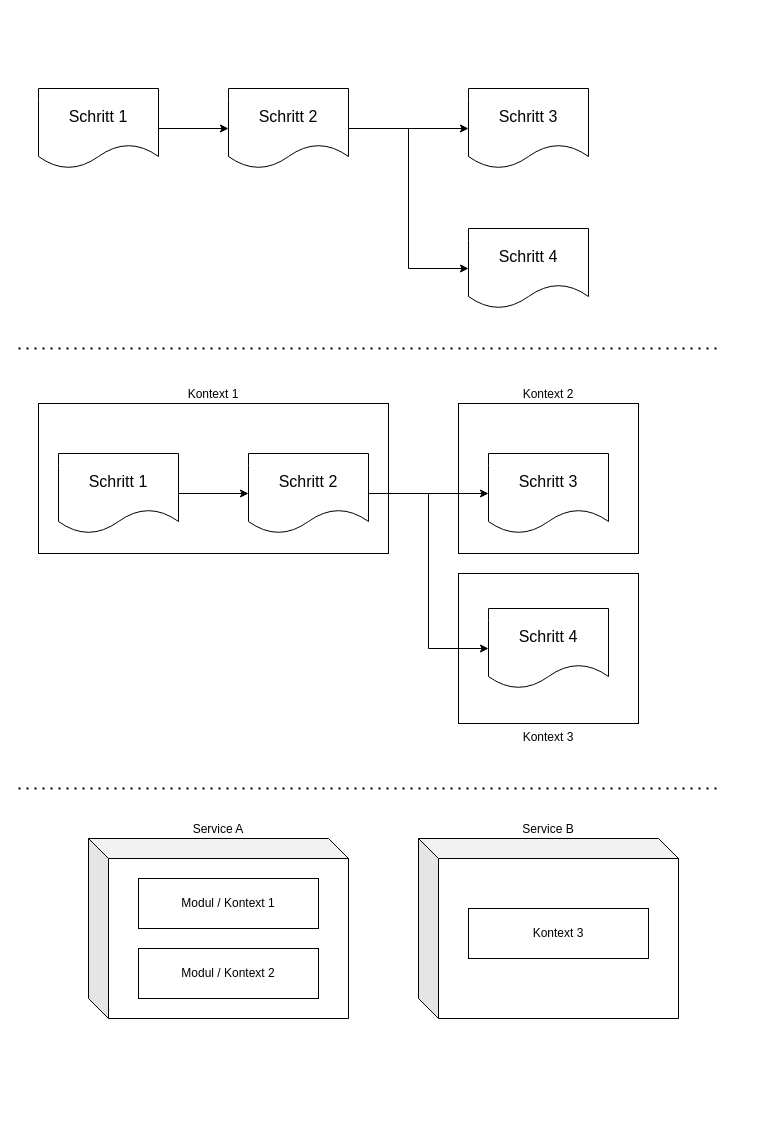
The draw.io diagram project-architecture-guide.drawio in coc-university/software-architecture-guide, before the edit. Source tidied: cells renumbered, new cells numbered last; positions are measured from the earlier drawing's top-left corner, leaving out a move shared by most shapes. Both pictures are drawn from the tidied source at 100%, with x=0, y=0 at pixel (18, 88).
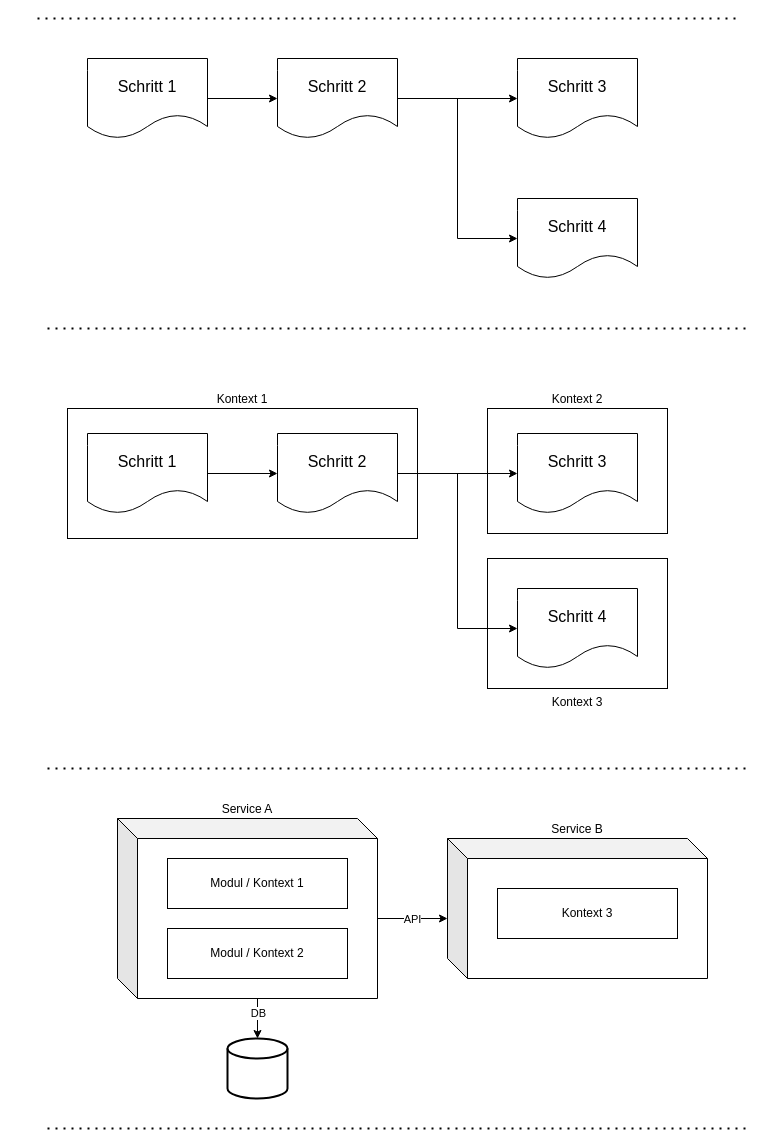
The same diagram, later.

What changed in the source:
```diff
@@
     <mxCell id="2" value="Kontext 3" style="rounded=0;whiteSpace=wrap;html=1;labelPosition=center;verticalLabelPosition=bottom;align=center;verticalAlign=top;strokeColor=light-dark(#000000,#0433FF);" parent="1" vertex="1">
-      <mxGeometry x="440" y="485" width="180" height="150" as="geometry" />
+      <mxGeometry x="469" y="470" width="180" height="130" as="geometry" />
     </mxCell>
     <mxCell id="3" value="Kontext 2" style="rounded=0;whiteSpace=wrap;html=1;labelPosition=center;verticalLabelPosition=top;align=center;verticalAlign=bottom;strokeColor=light-dark(#000000,#0433FF);" parent="1" vertex="1">
-      <mxGeometry x="440" y="315" width="180" height="150" as="geometry" />
+      <mxGeometry x="469" y="320" width="180" height="125" as="geometry" />
     </mxCell>
@@
     <mxCell id="5" value="Schritt 1" style="shape=document;whiteSpace=wrap;html=1;boundedLbl=1;fontSize=16;" parent="1" vertex="1">
-      <mxGeometry x="20" width="120" height="80" as="geometry" />
+      <mxGeometry x="69" y="-30" width="120" height="80" as="geometry" />
     </mxCell>
@@
     <mxCell id="8" value="Schritt 2" style="shape=document;whiteSpace=wrap;html=1;boundedLbl=1;fontSize=16;" parent="1" vertex="1">
-      <mxGeometry x="210" width="120" height="80" as="geometry" />
+      <mxGeometry x="259" y="-30" width="120" height="80" as="geometry" />
     </mxCell>
     <mxCell id="9" value="Schritt 3" style="shape=document;whiteSpace=wrap;html=1;boundedLbl=1;fontSize=16;" parent="1" vertex="1">
-      <mxGeometry x="450" width="120" height="80" as="geometry" />
+      <mxGeometry x="499" y="-30" width="120" height="80" as="geometry" />
     </mxCell>
     <mxCell id="10" value="Kontext 1" style="rounded=0;whiteSpace=wrap;html=1;labelPosition=center;verticalLabelPosition=top;align=center;verticalAlign=bottom;strokeColor=light-dark(#000000,#0433FF);" parent="1" vertex="1">
-      <mxGeometry x="20" y="315" width="350" height="150" as="geometry" />
+      <mxGeometry x="49" y="320" width="350" height="130" as="geometry" />
     </mxCell>
     <mxCell id="11" value="Service A" style="shape=cube;whiteSpace=wrap;html=1;boundedLbl=1;backgroundOutline=1;darkOpacity=0.05;darkOpacity2=0.1;labelPosition=center;verticalLabelPosition=top;align=center;verticalAlign=bottom;" parent="1" vertex="1">
-      <mxGeometry x="70" y="750" width="260" height="180" as="geometry" />
+      <mxGeometry x="99" y="730" width="260" height="180" as="geometry" />
     </mxCell>
     <mxCell id="12" value="Modul / Kontext 1" style="rounded=0;whiteSpace=wrap;html=1;labelPosition=center;verticalLabelPosition=middle;align=center;verticalAlign=middle;strokeColor=light-dark(#000000,#0433FF);" parent="1" vertex="1">
-      <mxGeometry x="120" y="790" width="180" height="50" as="geometry" />
+      <mxGeometry x="149" y="770" width="180" height="50" as="geometry" />
     </mxCell>
     <mxCell id="13" value="Modul / Kontext 2" style="rounded=0;whiteSpace=wrap;html=1;labelPosition=center;verticalLabelPosition=middle;align=center;verticalAlign=middle;strokeColor=light-dark(#000000,#0433FF);" parent="1" vertex="1">
-      <mxGeometry x="120" y="860" width="180" height="50" as="geometry" />
+      <mxGeometry x="149" y="840" width="180" height="50" as="geometry" />
     </mxCell>
     <mxCell id="14" style="endArrow=none;dashed=1;html=1;dashPattern=1 3;strokeWidth=2;rounded=0;" parent="1" edge="1">
       <mxGeometry relative="1" as="geometry">
-        <mxPoint y="260" as="sourcePoint" />
-        <mxPoint x="700" y="260" as="targetPoint" />
+        <mxPoint x="29" y="240" as="sourcePoint" />
+        <mxPoint x="729" y="240" as="targetPoint" />
       </mxGeometry>
     </mxCell>
     <mxCell id="15" style="endArrow=none;dashed=1;html=1;dashPattern=1 3;strokeWidth=2;rounded=0;" parent="1" edge="1">
       <mxGeometry relative="1" as="geometry">
-        <mxPoint y="700" as="sourcePoint" />
-        <mxPoint x="700" y="700" as="targetPoint" />
+        <mxPoint x="29" y="680" as="sourcePoint" />
+        <mxPoint x="729" y="680" as="targetPoint" />
       </mxGeometry>
     </mxCell>
     <mxCell id="16" value="Service B" style="shape=cube;whiteSpace=wrap;html=1;boundedLbl=1;backgroundOutline=1;darkOpacity=0.05;darkOpacity2=0.1;labelPosition=center;verticalLabelPosition=top;align=center;verticalAlign=bottom;" parent="1" vertex="1">
-      <mxGeometry x="400" y="750" width="260" height="180" as="geometry" />
+      <mxGeometry x="429" y="750" width="260" height="140" as="geometry" />
     </mxCell>
     <mxCell id="17" value="Kontext 3" style="rounded=0;whiteSpace=wrap;html=1;labelPosition=center;verticalLabelPosition=middle;align=center;verticalAlign=middle;strokeColor=light-dark(#000000,#0433FF);" parent="1" vertex="1">
-      <mxGeometry x="450" y="820" width="180" height="50" as="geometry" />
+      <mxGeometry x="479" y="800" width="180" height="50" as="geometry" />
     </mxCell>
     <mxCell id="18" value="Schritt 4" style="shape=document;whiteSpace=wrap;html=1;boundedLbl=1;fontSize=16;" parent="1" vertex="1">
-      <mxGeometry x="450" y="140" width="120" height="80" as="geometry" />
+      <mxGeometry x="499" y="110" width="120" height="80" as="geometry" />
     </mxCell>
@@
     <mxCell id="20" value="Schritt 1" style="shape=document;whiteSpace=wrap;html=1;boundedLbl=1;fontSize=16;" parent="1" vertex="1">
-      <mxGeometry x="40" y="365" width="120" height="80" as="geometry" />
+      <mxGeometry x="69" y="345" width="120" height="80" as="geometry" />
     </mxCell>
@@
     <mxCell id="23" value="Schritt 2" style="shape=document;whiteSpace=wrap;html=1;boundedLbl=1;fontSize=16;" parent="1" vertex="1">
-      <mxGeometry x="230" y="365" width="120" height="80" as="geometry" />
+      <mxGeometry x="259" y="345" width="120" height="80" as="geometry" />
     </mxCell>
     <mxCell id="24" value="Schritt 3" style="shape=document;whiteSpace=wrap;html=1;boundedLbl=1;fontSize=16;" parent="1" vertex="1">
-      <mxGeometry x="470" y="365" width="120" height="80" as="geometry" />
+      <mxGeometry x="499" y="345" width="120" height="80" as="geometry" />
     </mxCell>
     <mxCell id="25" value="Schritt 4" style="shape=document;whiteSpace=wrap;html=1;boundedLbl=1;fontSize=16;" parent="1" vertex="1">
-      <mxGeometry x="470" y="520" width="120" height="80" as="geometry" />
+      <mxGeometry x="499" y="500" width="120" height="80" as="geometry" />
     </mxCell>
+    <mxCell id="26" style="strokeWidth=2;html=1;shape=mxgraph.flowchart.database;whiteSpace=wrap;" parent="1" vertex="1">
+      <mxGeometry x="209" y="950" width="60" height="60" as="geometry" />
+    </mxCell>
+    <mxCell id="27" style="edgeStyle=orthogonalEdgeStyle;rounded=0;jettySize=auto;html=1;exitX=0;exitY=0;exitDx=140;exitDy=180;exitPerimeter=0;entryX=0.5;entryY=0;entryDx=0;entryDy=0;entryPerimeter=0;" parent="1" edge="1" source="11" target="26">
+      <mxGeometry relative="1" as="geometry" />
+    </mxCell>
+    <mxCell id="28" value="DB" style="edgeLabel;html=1;align=center;verticalAlign=middle;" parent="27" vertex="1">
+      <mxGeometry x="-0.3" relative="1" as="geometry" />
+    </mxCell>
+    <mxCell id="29" style="edgeStyle=orthogonalEdgeStyle;rounded=0;jettySize=auto;html=1;exitX=0;exitY=0;exitDx=260;exitDy=100;exitPerimeter=0;entryX=0;entryY=0;entryDx=0;entryDy=80;entryPerimeter=0;" parent="1" edge="1" source="11" target="16">
+      <mxGeometry relative="1" as="geometry" />
+    </mxCell>
+    <mxCell id="30" value="API" style="edgeLabel;html=1;align=center;verticalAlign=middle;" parent="29" vertex="1">
+      <mxGeometry x="-0.03" relative="1" as="geometry" />
+    </mxCell>
+    <mxCell id="31" style="endArrow=none;dashed=1;html=1;dashPattern=1 3;strokeWidth=2;rounded=0;" parent="1" edge="1">
+      <mxGeometry relative="1" as="geometry">
+        <mxPoint x="19" y="-70" as="sourcePoint" />
+        <mxPoint x="719" y="-70" as="targetPoint" />
+      </mxGeometry>
+    </mxCell>
+    <mxCell id="32" style="endArrow=none;dashed=1;html=1;dashPattern=1 3;strokeWidth=2;rounded=0;" parent="1" edge="1">
+      <mxGeometry relative="1" as="geometry">
+        <mxPoint x="29" y="1040" as="sourcePoint" />
+        <mxPoint x="729" y="1040" as="targetPoint" />
+      </mxGeometry>
+    </mxCell>
```
